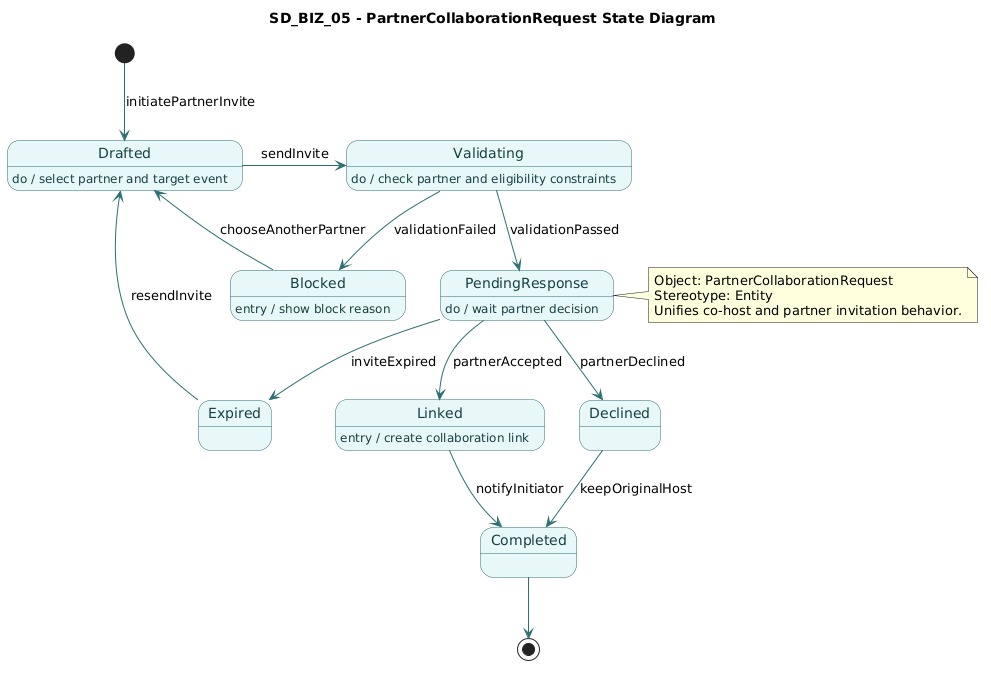
Above: State Diagrams/BusinessRole/SD_BIZ_05_Partner_Collaboration_Request.png in gorge-unc23/4ThePlot (PlantUML), before the change. The source it was exported from:
```plantuml
@startuml
title SD_BIZ_05 - PartnerCollaborationRequest State Diagram
top to bottom direction

skinparam state {
  BackgroundColor #E8F7F8
  BorderColor #2D6F73
  FontColor #174043
  ArrowColor #2D6F73
}

[*] -down-> Drafted : initiatePartnerInvite

state Drafted
Drafted : do / select partner and target event
Drafted -> Validating : sendInvite

state Validating
Validating : do / check partner and eligibility constraints
Validating --> PendingResponse : validationPassed
Validating --> Blocked : validationFailed

state Blocked
Blocked : entry / show block reason
Blocked --> Drafted : chooseAnotherPartner

state PendingResponse
PendingResponse : do / wait partner decision
PendingResponse --> Linked : partnerAccepted
PendingResponse --> Declined : partnerDeclined
PendingResponse --> Expired : inviteExpired

state Linked
Linked : entry / create collaboration link
Linked --> Completed : notifyInitiator

state Declined
Declined --> Completed : keepOriginalHost

state Expired
Expired --> Drafted : resendInvite

state Completed
Completed --> [*]

note right of PendingResponse
Object: PartnerCollaborationRequest
Stereotype: Entity
Unifies co-host and partner invitation behavior.
end note
@enduml
```
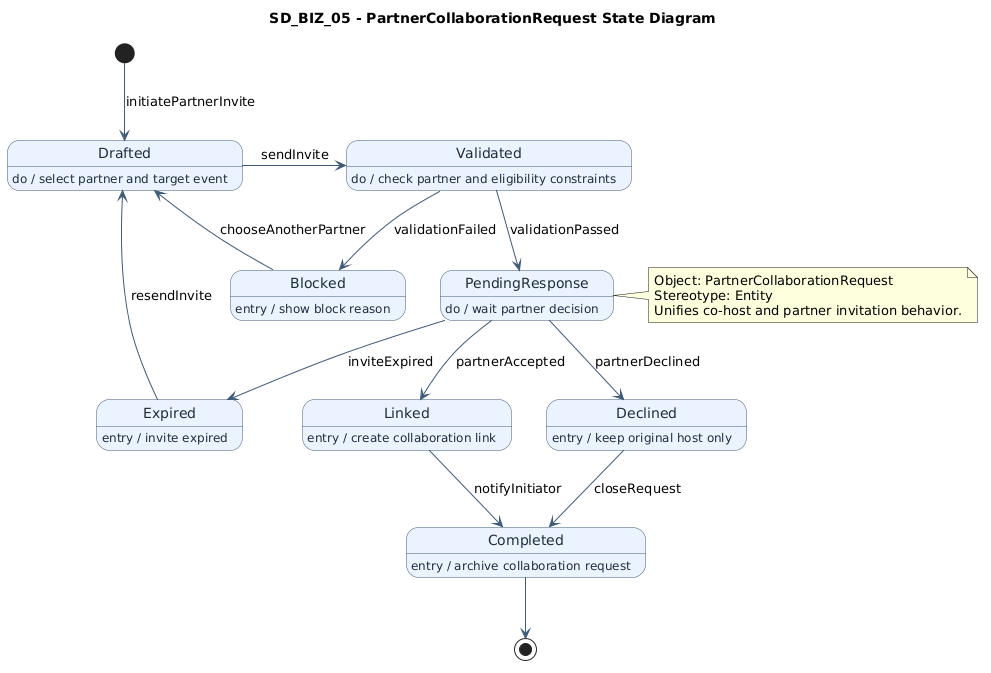
The same diagram one commit later.

The edit, as a diff of the source:
```diff
@@ -3,22 +3,22 @@
 top to bottom direction
 
 skinparam state {
-  BackgroundColor #E8F7F8
-  BorderColor #2D6F73
-  FontColor #174043
-  ArrowColor #2D6F73
+  BackgroundColor #EAF3FF
+  BorderColor #3E5A78
+  FontColor #1F2D3A
+  ArrowColor #3E5A78
 }
 
 [*] -down-> Drafted : initiatePartnerInvite
 
 state Drafted
 Drafted : do / select partner and target event
-Drafted -> Validating : sendInvite
+Drafted -> Validated : sendInvite
 
-state Validating
-Validating : do / check partner and eligibility constraints
-Validating --> PendingResponse : validationPassed
-Validating --> Blocked : validationFailed
+state Validated
+Validated : do / check partner and eligibility constraints
+Validated --> PendingResponse : validationPassed
+Validated --> Blocked : validationFailed
 
 state Blocked
 Blocked : entry / show block reason
@@ -35,12 +35,15 @@
 Linked --> Completed : notifyInitiator
 
 state Declined
-Declined --> Completed : keepOriginalHost
+Declined : entry / keep original host only
+Declined --> Completed : closeRequest
 
 state Expired
+Expired : entry / invite expired
 Expired --> Drafted : resendInvite
 
 state Completed
+Completed : entry / archive collaboration request
 Completed --> [*]
 
 note right of PendingResponse
```
